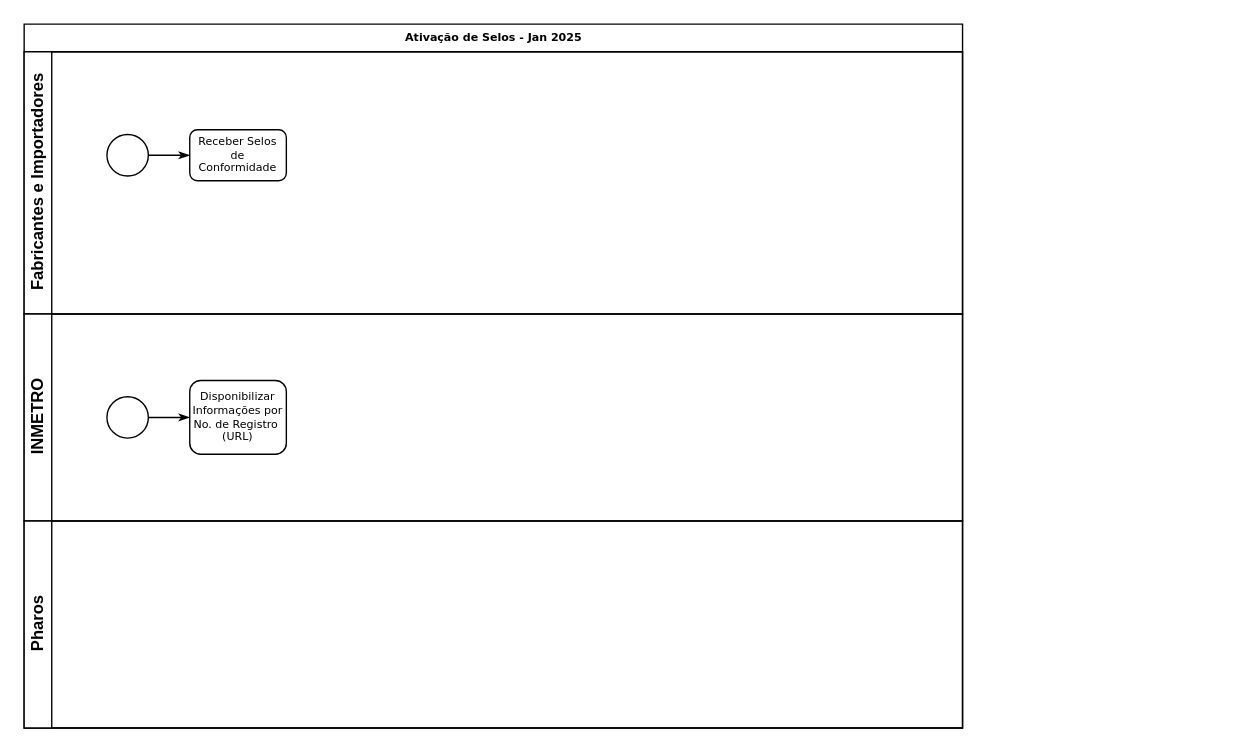
Earlier version of the draw.io diagram Ativação do Selo.drawio (pharos2018/pharos). Source tidied: cells renumbered, new cells numbered last; positions are measured from the earlier drawing's top-left corner, leaving out a move shared by most shapes. Both pictures are drawn from the tidied source at 138%, with x=0, y=0 at pixel (23, 23).
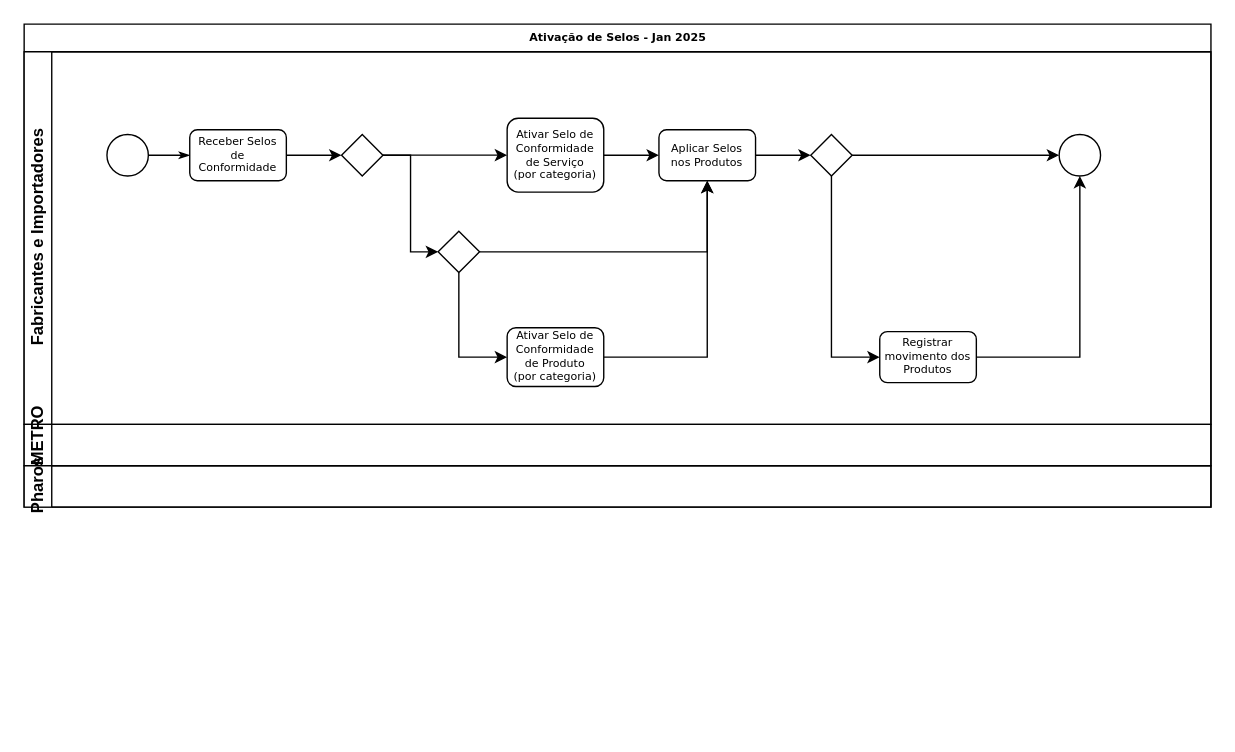
The same diagram, later.

Unchanged cells that the change refers to:
```xml
<mxCell id="6" value="Receber Selos de Conformidade" style="rounded=1;whiteSpace=wrap;html=1;shadow=0;labelBackgroundColor=none;strokeWidth=1;fontFamily=Verdana;fontSize=8;align=center;" parent="3" vertex="1">
  <mxGeometry x="120" y="56.5" width="70" height="37" as="geometry" />
</mxCell>
```

Diff of the diagram source:
```diff
@@
     <mxCell id="2" value="Ativação de Selos - Jan 2025" style="swimlane;html=1;horizontal=1;startSize=20;rounded=0;shadow=0;labelBackgroundColor=none;strokeWidth=1;fontFamily=Verdana;fontSize=8;align=center;" parent="1" vertex="1">
-      <mxGeometry width="680" height="510" as="geometry" />
+      <mxGeometry width="860" height="350" as="geometry" />
     </mxCell>
     <mxCell id="3" value="Fabricantes e Importadores" style="swimlane;html=1;startSize=20;horizontal=0;" parent="2" vertex="1">
-      <mxGeometry y="20" width="680" height="190" as="geometry" />
+      <mxGeometry y="20" width="860" height="270" as="geometry" />
     </mxCell>
@@
+    <mxCell id="12" style="edgeStyle=orthogonalEdgeStyle;rounded=0;jettySize=auto;html=1;" parent="3" edge="1" source="6" target="14">
+      <mxGeometry relative="1" as="geometry" />
+    </mxCell>
@@
+    <mxCell id="13" style="edgeStyle=orthogonalEdgeStyle;rounded=0;jettySize=auto;html=1;entryX=0;entryY=0.5;entryDx=0;entryDy=0;entryPerimeter=0;" parent="3" edge="1" source="14" target="19">
+      <mxGeometry relative="1" as="geometry">
+        <Array as="points">
+          <mxPoint x="280" y="75" />
+          <mxPoint x="280" y="145" />
+        </Array>
+      </mxGeometry>
+    </mxCell>
+    <mxCell id="14" style="strokeWidth=1;html=1;shape=mxgraph.flowchart.decision;whiteSpace=wrap;rounded=1;shadow=0;labelBackgroundColor=none;fontFamily=Verdana;fontSize=8;align=center;" parent="3" vertex="1">
+      <mxGeometry x="230" y="60" width="30" height="30" as="geometry" />
+    </mxCell>
+    <mxCell id="15" style="edgeStyle=orthogonalEdgeStyle;rounded=0;jettySize=auto;html=1;" parent="3" edge="1" source="16" target="29">
+      <mxGeometry relative="1" as="geometry" />
+    </mxCell>
+    <mxCell id="16" value="Aplicar Selos nos Produtos" style="rounded=1;whiteSpace=wrap;html=1;shadow=0;labelBackgroundColor=none;strokeWidth=1;fontFamily=Verdana;fontSize=8;align=center;" parent="3" vertex="1">
+      <mxGeometry x="460" y="56.5" width="70" height="37" as="geometry" />
+    </mxCell>
+    <mxCell id="17" style="edgeStyle=orthogonalEdgeStyle;rounded=0;jettySize=auto;html=1;entryX=0.5;entryY=1;entryDx=0;entryDy=0;" parent="3" edge="1" source="19" target="16">
+      <mxGeometry relative="1" as="geometry" />
+    </mxCell>
+    <mxCell id="18" style="edgeStyle=orthogonalEdgeStyle;rounded=0;jettySize=auto;html=1;entryX=0;entryY=0.5;entryDx=0;entryDy=0;exitX=0.5;exitY=1;exitDx=0;exitDy=0;exitPerimeter=0;" parent="3" edge="1" source="19" target="22">
+      <mxGeometry relative="1" as="geometry" />
+    </mxCell>
+    <mxCell id="19" style="strokeWidth=1;html=1;shape=mxgraph.flowchart.decision;whiteSpace=wrap;rounded=1;shadow=0;labelBackgroundColor=none;fontFamily=Verdana;fontSize=8;align=center;" parent="3" vertex="1">
+      <mxGeometry x="300" y="130" width="30" height="30" as="geometry" />
+    </mxCell>
+    <mxCell id="20" style="edgeStyle=orthogonalEdgeStyle;rounded=0;jettySize=auto;html=1;entryX=0;entryY=0.5;entryDx=0;entryDy=0;" parent="3" edge="1" source="14" target="24">
+      <mxGeometry relative="1" as="geometry" />
+    </mxCell>
+    <mxCell id="21" style="edgeStyle=orthogonalEdgeStyle;rounded=0;jettySize=auto;html=1;entryX=0.5;entryY=1;entryDx=0;entryDy=0;" parent="3" edge="1" source="22" target="16">
+      <mxGeometry relative="1" as="geometry" />
+    </mxCell>
+    <mxCell id="22" value="Ativar Selo de Conformidade de Produto&lt;div&gt;(por categoria)&lt;/div&gt;" style="rounded=1;whiteSpace=wrap;html=1;shadow=0;labelBackgroundColor=none;strokeWidth=1;fontFamily=Verdana;fontSize=8;align=center;" parent="3" vertex="1">
+      <mxGeometry x="350" y="200" width="70" height="42.6" as="geometry" />
+    </mxCell>
+    <mxCell id="23" style="edgeStyle=orthogonalEdgeStyle;rounded=0;jettySize=auto;html=1;" parent="3" edge="1" source="24" target="16">
+      <mxGeometry relative="1" as="geometry" />
+    </mxCell>
+    <mxCell id="24" value="Ativar Selo de Conformidade de Serviço&lt;div&gt;(por categoria)&lt;/div&gt;" style="rounded=1;whiteSpace=wrap;html=1;shadow=0;labelBackgroundColor=none;strokeWidth=1;fontFamily=Verdana;fontSize=8;align=center;" parent="3" vertex="1">
+      <mxGeometry x="350" y="48.2" width="70" height="53.5" as="geometry" />
+    </mxCell>
+    <mxCell id="25" style="edgeStyle=orthogonalEdgeStyle;rounded=0;jettySize=auto;html=1;entryX=0.5;entryY=1;entryDx=0;entryDy=0;" parent="3" edge="1" source="26" target="30">
+      <mxGeometry relative="1" as="geometry" />
+    </mxCell>
+    <mxCell id="26" value="Registrar movimento dos Produtos" style="rounded=1;whiteSpace=wrap;html=1;shadow=0;labelBackgroundColor=none;strokeWidth=1;fontFamily=Verdana;fontSize=8;align=center;" parent="3" vertex="1">
+      <mxGeometry x="620" y="202.8" width="70" height="37" as="geometry" />
+    </mxCell>
+    <mxCell id="27" style="edgeStyle=orthogonalEdgeStyle;rounded=0;jettySize=auto;html=1;entryX=0;entryY=0.5;entryDx=0;entryDy=0;" parent="3" edge="1" source="29" target="30">
+      <mxGeometry relative="1" as="geometry" />
+    </mxCell>
+    <mxCell id="28" style="edgeStyle=orthogonalEdgeStyle;rounded=0;jettySize=auto;html=1;exitX=0.5;exitY=1;exitDx=0;exitDy=0;exitPerimeter=0;entryX=0;entryY=0.5;entryDx=0;entryDy=0;" parent="3" edge="1" source="29" target="26">
+      <mxGeometry relative="1" as="geometry" />
+    </mxCell>
+    <mxCell id="29" style="strokeWidth=1;html=1;shape=mxgraph.flowchart.decision;whiteSpace=wrap;rounded=1;shadow=0;labelBackgroundColor=none;fontFamily=Verdana;fontSize=8;align=center;" parent="3" vertex="1">
+      <mxGeometry x="570" y="60" width="30" height="30" as="geometry" />
+    </mxCell>
+    <mxCell id="30" style="ellipse;whiteSpace=wrap;html=1;rounded=0;shadow=0;labelBackgroundColor=none;strokeWidth=1;fontFamily=Verdana;fontSize=8;align=center;" parent="3" vertex="1">
+      <mxGeometry x="750" y="60" width="30" height="30" as="geometry" />
+    </mxCell>
-    <mxCell id="7" value="INMETRO" style="swimlane;html=1;startSize=20;horizontal=0;" parent="2" vertex="1">
-      <mxGeometry y="210" width="680" height="150" as="geometry" />
+    <mxCell id="7" value="INMETRO" style="swimlane;html=1;startSize=20;horizontal=0;" parent="2" vertex="1" collapsed="1">
+      <mxGeometry y="290" width="860" height="30" as="geometry" />
     </mxCell>
-    <mxCell id="8" style="edgeStyle=orthogonalEdgeStyle;rounded=0;html=1;labelBackgroundColor=none;startArrow=none;startFill=0;startSize=5;endArrow=classicThin;endFill=1;endSize=5;jettySize=auto;strokeWidth=1;fontFamily=Verdana;fontSize=8;" parent="7" edge="1" source="9" target="10">
-      <mxGeometry relative="1" as="geometry" />
-    </mxCell>
-    <mxCell id="9" style="ellipse;whiteSpace=wrap;html=1;rounded=0;shadow=0;labelBackgroundColor=none;strokeWidth=1;fontFamily=Verdana;fontSize=8;align=center;" parent="7" vertex="1">
-      <mxGeometry x="60" y="60" width="30" height="30" as="geometry" />
-    </mxCell>
-    <mxCell id="10" value="Disponibilizar Informações por No. de Registro&amp;nbsp;&lt;div&gt;(URL)&lt;/div&gt;" style="rounded=1;whiteSpace=wrap;html=1;shadow=0;labelBackgroundColor=none;strokeWidth=1;fontFamily=Verdana;fontSize=8;align=center;" parent="7" vertex="1">
-      <mxGeometry x="120" y="48.2" width="70" height="53.5" as="geometry" />
-    </mxCell>
-    <mxCell id="11" value="Pharos" style="swimlane;html=1;startSize=20;horizontal=0;" parent="2" vertex="1">
-      <mxGeometry y="360" width="680" height="150" as="geometry" />
+    <mxCell id="11" value="Pharos" style="swimlane;html=1;startSize=20;horizontal=0;" parent="2" vertex="1" collapsed="1">
+      <mxGeometry y="320" width="860" height="30" as="geometry" />
     </mxCell>
```
